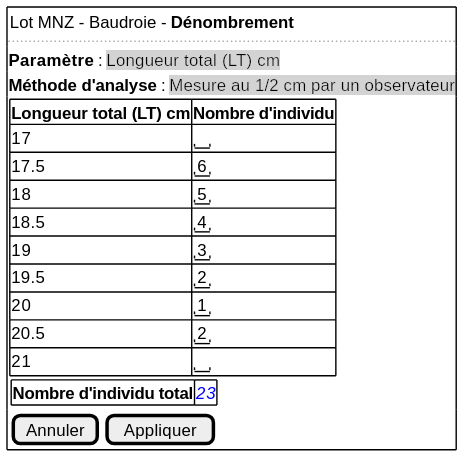
Earlier version of the PlantUML export projects/common/spe/images/numerical-enumeration.svg (sumaris-net/sumaris-doc).
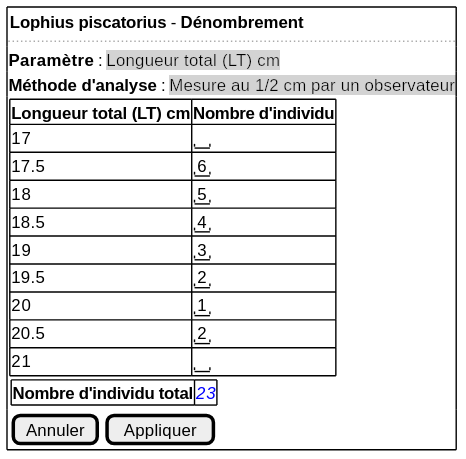
The same file after the commit.

What changed in the source:
```diff
@@ -1,6 +1,6 @@
 @startsalt
  {+
-  { Lot MNZ - Baudroie - <b>Dénombrement |  }
+  { **Lophius piscatorius** - <b>Dénombrement |  }
   ..
   <b>Paramètre</b> : <back:lightgrey><font color=black size=12>Longueur total (LT) cm
   <b>Méthode d'analyse</b> : <back:lightgrey><font color=black size=12>Mesure au 1/2 cm par un observateur
```
